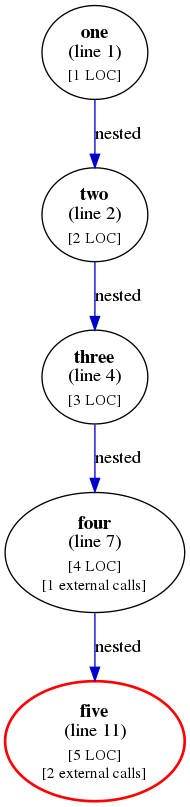
The Graphviz diagram examples/loc.png in microsoft/cmd-call-graph, before a commit. Its source is kept beside it as examples/loc.dot.
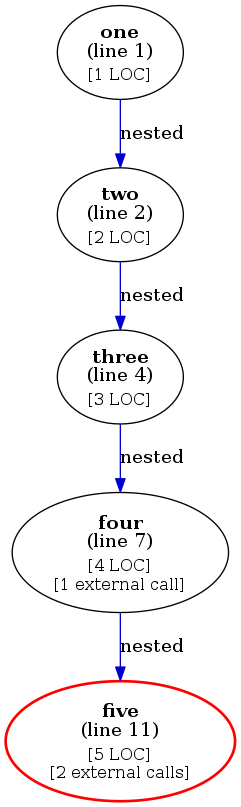
Later version of the same file.

Change to the diagram source:
```diff
@@ -1,6 +1,6 @@
 digraph g {
 "five" [label=<<b>five</b><br/>(line 11)<br/><sub>[5 LOC]</sub><br/><sub>[2 external calls]</sub>>,color=red,penwidth=2]
-"four" [label=<<b>four</b><br/>(line 7)<br/><sub>[4 LOC]</sub><br/><sub>[1 external calls]</sub>>]
+"four" [label=<<b>four</b><br/>(line 7)<br/><sub>[4 LOC]</sub><br/><sub>[1 external call]</sub>>]
 "four" -> "five" [label=nested,color=blue3]
 "one" [label=<<b>one</b><br/>(line 1)<br/><sub>[1 LOC]</sub>>]
 "one" -> "two" [label=nested,color=blue3]
```
